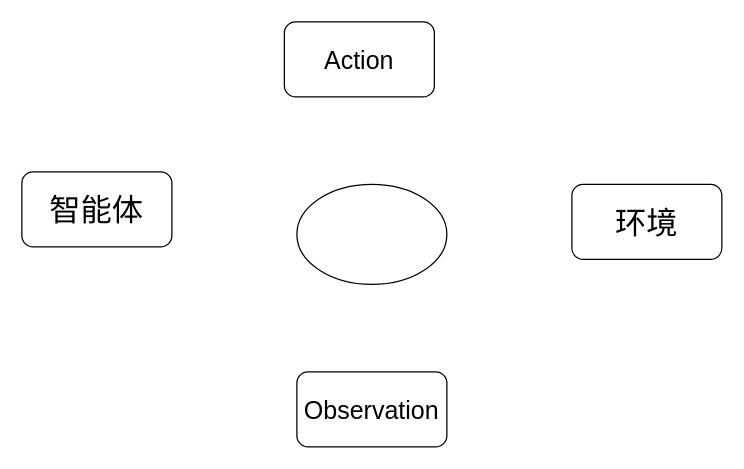
Earlier version of the draw.io diagram 强化学习框图.drawio (li-rh/diagrams.net). Source tidied: cells renumbered, new cells numbered last; positions are measured from the earlier drawing's top-left corner, leaving out a move shared by most shapes. Both pictures are drawn from the tidied source at 125%, with x=0, y=0 at pixel (21, 21).
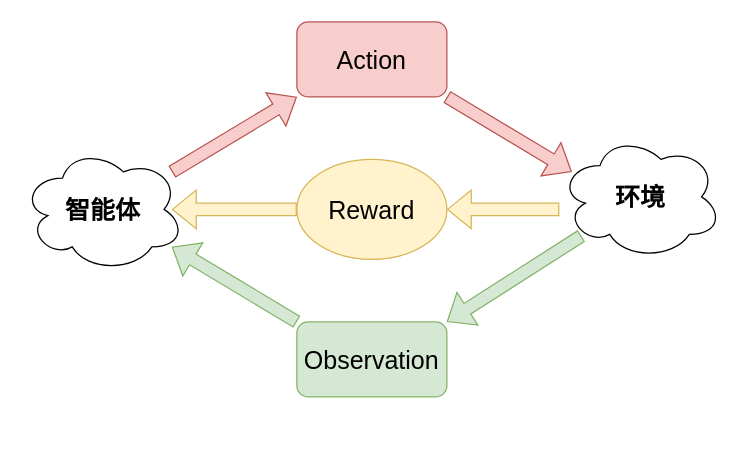
The same page after the edit.

Commit message (it also covers changes not shown here):
更新强化学习框图.drawio

Diff of the diagram source:
```diff
@@
 <mxGraphModel>
   <root>
     <mxCell id="0" />
     <mxCell id="1" parent="0" />
-    <mxCell id="2" value="&lt;font style=&quot;font-size: 25px;&quot;&gt;智能体&lt;/font&gt;" style="rounded=1;whiteSpace=wrap;html=1;" parent="1" vertex="1">
-      <mxGeometry y="120" width="120" height="60" as="geometry" />
-    </mxCell>
-    <mxCell id="3" value="&lt;font style=&quot;font-size: 25px;&quot;&gt;环境&lt;/font&gt;" style="rounded=1;whiteSpace=wrap;html=1;" parent="1" vertex="1">
-      <mxGeometry x="440" y="130" width="120" height="60" as="geometry" />
-    </mxCell>
-    <mxCell id="4" value="&lt;font style=&quot;font-size: 20px;&quot;&gt;Action&lt;/font&gt;" style="rounded=1;whiteSpace=wrap;html=1;" parent="1" vertex="1">
-      <mxGeometry x="210" width="120" height="60" as="geometry" />
+    <mxCell id="4" value="&lt;font style=&quot;font-size: 20px;&quot;&gt;Action&lt;/font&gt;" style="rounded=1;whiteSpace=wrap;html=1;fillColor=#f8cecc;strokeColor=#b85450;" parent="1" vertex="1">
+      <mxGeometry x="220" width="120" height="60" as="geometry" />
     </mxCell>
-    <mxCell id="5" value="&lt;font style=&quot;font-size: 20px;&quot;&gt;Observation&lt;/font&gt;" style="rounded=1;whiteSpace=wrap;html=1;" parent="1" vertex="1">
-      <mxGeometry x="220" y="280" width="120" height="60" as="geometry" />
+    <mxCell id="5" value="&lt;font style=&quot;font-size: 20px;&quot;&gt;Observation&lt;/font&gt;" style="rounded=1;whiteSpace=wrap;html=1;fillColor=#d5e8d4;strokeColor=#82b366;" parent="1" vertex="1">
+      <mxGeometry x="220" y="240" width="120" height="60" as="geometry" />
     </mxCell>
-    <mxCell id="6" style="ellipse;whiteSpace=wrap;html=1;" parent="1" vertex="1">
-      <mxGeometry x="220" y="130" width="120" height="80" as="geometry" />
+    <mxCell id="6" value="&lt;font style=&quot;font-size: 20px;&quot;&gt;Reward&lt;/font&gt;" style="ellipse;whiteSpace=wrap;html=1;fillColor=#fff2cc;strokeColor=#d6b656;" parent="1" vertex="1">
+      <mxGeometry x="220" y="110" width="120" height="80" as="geometry" />
     </mxCell>
+    <mxCell id="7" style="shape=flexArrow;endArrow=classic;html=1;rounded=0;exitX=1;exitY=0;exitDx=0;exitDy=0;entryX=0;entryY=1;entryDx=0;entryDy=0;fillColor=#f8cecc;strokeColor=#b85450;" parent="1" edge="1" target="4">
+      <mxGeometry relative="1" as="geometry">
+        <mxPoint x="120" y="120" as="sourcePoint" />
+      </mxGeometry>
+    </mxCell>
+    <mxCell id="8" style="shape=flexArrow;endArrow=classic;html=1;rounded=0;exitX=1;exitY=1;exitDx=0;exitDy=0;fillColor=#f8cecc;strokeColor=#b85450;" parent="1" edge="1" source="4">
+      <mxGeometry relative="1" as="geometry">
+        <mxPoint x="440" y="120" as="targetPoint" />
+      </mxGeometry>
+    </mxCell>
+    <mxCell id="9" style="shape=flexArrow;endArrow=classic;html=1;rounded=0;exitX=0;exitY=1;exitDx=0;exitDy=0;entryX=1;entryY=0;entryDx=0;entryDy=0;fillColor=#d5e8d4;strokeColor=#82b366;" parent="1" edge="1" target="5">
+      <mxGeometry relative="1" as="geometry">
+        <mxPoint x="447.6" y="171.2" as="sourcePoint" />
+      </mxGeometry>
+    </mxCell>
+    <mxCell id="10" style="shape=flexArrow;endArrow=classic;html=1;rounded=0;exitX=0;exitY=0;exitDx=0;exitDy=0;entryX=1;entryY=1;entryDx=0;entryDy=0;fillColor=#d5e8d4;strokeColor=#82b366;" parent="1" edge="1" source="5">
+      <mxGeometry relative="1" as="geometry">
+        <mxPoint x="120" y="180" as="targetPoint" />
+      </mxGeometry>
+    </mxCell>
+    <mxCell id="11" style="shape=flexArrow;endArrow=classic;html=1;rounded=0;exitX=0;exitY=0.5;exitDx=0;exitDy=0;fillColor=#fff2cc;strokeColor=#d6b656;" parent="1" edge="1" source="6">
+      <mxGeometry relative="1" as="geometry">
+        <mxPoint x="120" y="150" as="targetPoint" />
+      </mxGeometry>
+    </mxCell>
+    <mxCell id="12" style="shape=flexArrow;endArrow=classic;html=1;rounded=0;exitX=0;exitY=0.5;exitDx=0;exitDy=0;entryX=1;entryY=0.5;entryDx=0;entryDy=0;fillColor=#fff2cc;strokeColor=#d6b656;" parent="1" edge="1" target="6">
+      <mxGeometry relative="1" as="geometry">
+        <mxPoint x="430" y="150" as="sourcePoint" />
+      </mxGeometry>
+    </mxCell>
+    <mxCell id="2" value="&lt;font style=&quot;font-size: 20px;&quot;&gt;&lt;b&gt;智能体&lt;/b&gt;&lt;/font&gt;" style="ellipse;shape=cloud;whiteSpace=wrap;html=1;" parent="1" vertex="1">
+      <mxGeometry y="100" width="130" height="100" as="geometry" />
+    </mxCell>
+    <mxCell id="3" value="&lt;font style=&quot;font-size: 20px;&quot;&gt;&lt;b&gt;环境&lt;/b&gt;&lt;/font&gt;" style="ellipse;shape=cloud;whiteSpace=wrap;html=1;" parent="1" vertex="1">
+      <mxGeometry x="430" y="90" width="130" height="100" as="geometry" />
+    </mxCell>
   </root>
 </mxGraphModel>
```
